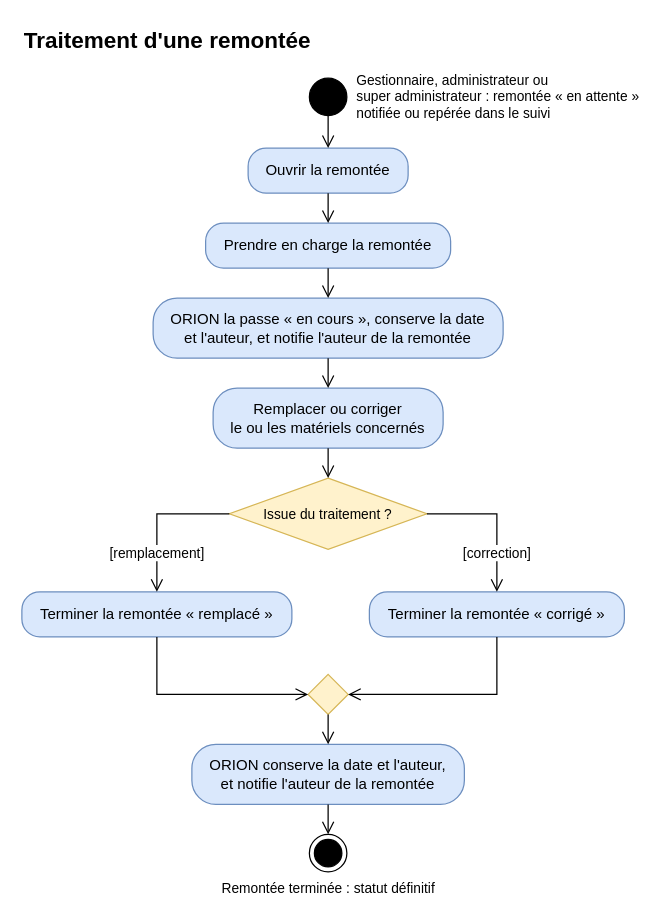
Above: page "Traitement d’une remontée" (4 of 10) of docs/02-ANALYSE/01-MODELISATION-METIER/02-DIAGRAMMES-ACTIVITE.drawio in bpierrelouis/aster (draw.io), before the change. Source tidied: cells renumbered, new cells numbered last; positions are measured from the earlier drawing's top-left corner, leaving out a move shared by most shapes. Both pictures are drawn from the tidied source at 125%, with x=0, y=0 at pixel (21, 21).
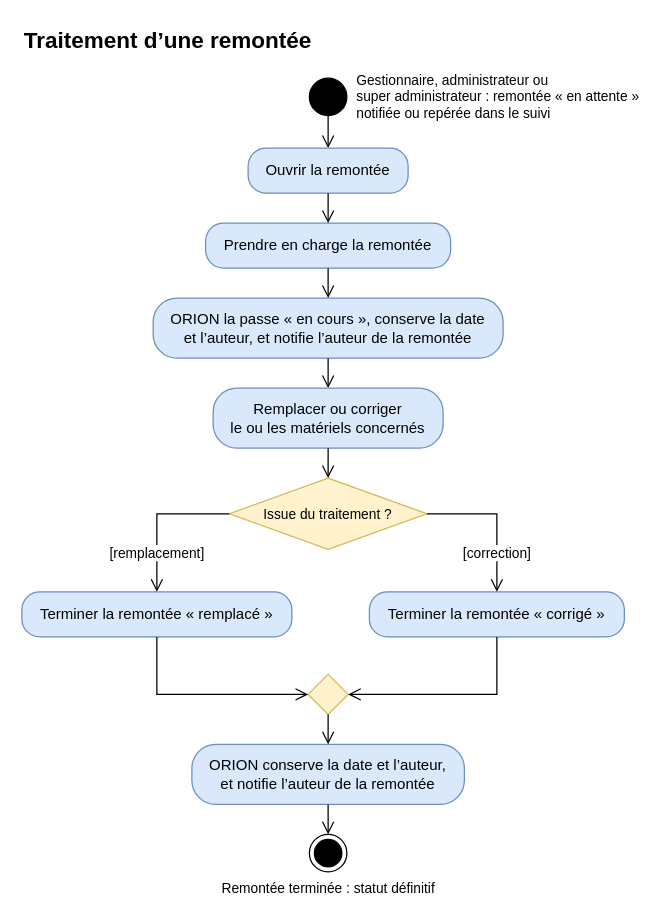
After the change.

What changed in the source:
```diff
@@
-    <mxCell id="2" value="Traitement d'une remontée" style="text;html=1;align=left;verticalAlign=middle;strokeColor=none;fillColor=none;fontSize=18;fontStyle=1;" parent="1" vertex="1">
+    <mxCell id="2" value="Traitement d’une remontée" style="text;html=1;align=left;verticalAlign=middle;strokeColor=none;fillColor=none;fontSize=18;fontStyle=1;" parent="1" vertex="1">
       <mxGeometry width="226" height="30" as="geometry" />
     </mxCell>
@@
-    <mxCell id="6" value="ORION la passe « en cours », conserve la date&lt;br&gt;et l'auteur, et notifie l'auteur de la remontée" style="rounded=1;arcSize=40;whiteSpace=wrap;html=1;fontSize=12;fillColor=#dae8fc;strokeColor=#6c8ebf;" parent="1" vertex="1">
+    <mxCell id="6" value="ORION la passe « en cours », conserve la date&lt;br&gt;et l’auteur, et notifie l’auteur de la remontée" style="rounded=1;arcSize=40;whiteSpace=wrap;html=1;fontSize=12;fillColor=#dae8fc;strokeColor=#6c8ebf;" parent="1" vertex="1">
       <mxGeometry x="105" y="221" width="280" height="48" as="geometry" />
     </mxCell>
@@
-    <mxCell id="12" value="ORION conserve la date et l'auteur,&lt;br&gt;et notifie l'auteur de la remontée" style="rounded=1;arcSize=40;whiteSpace=wrap;html=1;fontSize=12;fillColor=#dae8fc;strokeColor=#6c8ebf;" parent="1" vertex="1">
+    <mxCell id="12" value="ORION conserve la date et l’auteur,&lt;br&gt;et notifie l’auteur de la remontée" style="rounded=1;arcSize=40;whiteSpace=wrap;html=1;fontSize=12;fillColor=#dae8fc;strokeColor=#6c8ebf;" parent="1" vertex="1">
       <mxGeometry x="136" y="578" width="218" height="48" as="geometry" />
     </mxCell>
```
